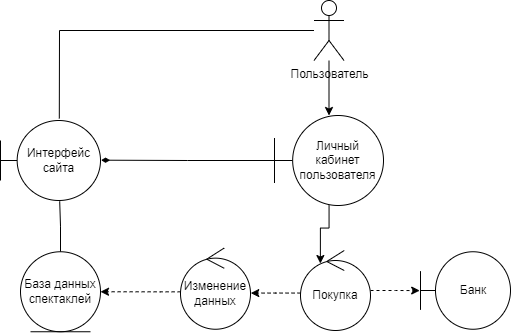
Earlier version of the draw.io export src/pract2/gall/uml_by_user.png (yarosshest/MIREA-AnalysisOfSystems). Source tidied: cells renumbered, new cells last; positions are measured from the earlier drawing's top-left corner, leaving out a move shared by most shapes.
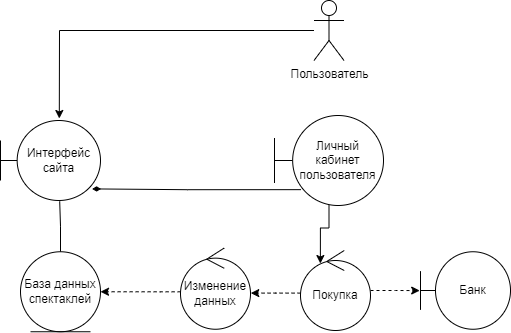
After the change.

What changed in the source:
```diff
@@ -21,7 +21,7 @@
     <mxCell id="6" value="Изменение данных" style="ellipse;shape=umlControl;whiteSpace=wrap;html=1;" parent="1" vertex="1">
       <mxGeometry x="180" y="247.5" width="70" height="81.2" as="geometry" />
     </mxCell>
-    <mxCell id="7" style="edgeStyle=orthogonalEdgeStyle;rounded=0;jettySize=auto;html=1;entryX=1.006;entryY=0.496;entryDx=0;entryDy=0;entryPerimeter=0;endArrow=diamondThin;endFill=1;" parent="1" edge="1" source="9" target="2">
+    <mxCell id="7" style="edgeStyle=orthogonalEdgeStyle;rounded=0;jettySize=auto;html=1;entryX=0.916;entryY=0.855;entryDx=0;entryDy=0;entryPerimeter=0;endArrow=diamondThin;endFill=1;exitX=0.242;exitY=0.824;exitDx=0;exitDy=0;exitPerimeter=0;" parent="1" edge="1" source="9" target="2">
       <mxGeometry relative="1" as="geometry" />
     </mxCell>
     <mxCell id="8" style="edgeStyle=orthogonalEdgeStyle;rounded=0;jettySize=auto;html=1;entryX=0.284;entryY=0.163;entryDx=0;entryDy=0;entryPerimeter=0;endArrow=classic;endFill=1;" parent="1" edge="1" source="9" target="13">
@@ -46,13 +46,10 @@
     <mxCell id="13" value="Покупка" style="ellipse;shape=umlControl;whiteSpace=wrap;html=1;" parent="1" vertex="1">
       <mxGeometry x="300" y="250" width="70" height="80" as="geometry" />
     </mxCell>
-    <mxCell id="14" style="edgeStyle=orthogonalEdgeStyle;rounded=0;jettySize=auto;html=1;" parent="1" edge="1" source="15" target="9">
-      <mxGeometry relative="1" as="geometry" />
-    </mxCell>
     <mxCell id="15" value="Пользователь" style="shape=umlActor;verticalLabelPosition=bottom;verticalAlign=top;html=1;outlineConnect=0;fillColor=none;" parent="1" vertex="1">
       <mxGeometry x="313.5" width="30" height="60" as="geometry" />
     </mxCell>
-    <mxCell id="16" style="endArrow=none;html=1;rounded=0;exitX=0.588;exitY=-0.025;exitDx=0;exitDy=0;exitPerimeter=0;" parent="1" edge="1" source="2" target="15">
+    <mxCell id="16" style="endArrow=none;html=1;rounded=0;exitX=0.588;exitY=-0.025;exitDx=0;exitDy=0;exitPerimeter=0;startArrow=classic;startFill=1;" parent="1" edge="1" source="2" target="15">
       <mxGeometry relative="1" as="geometry">
         <Array as="points">
           <mxPoint x="59" y="30" />
```
